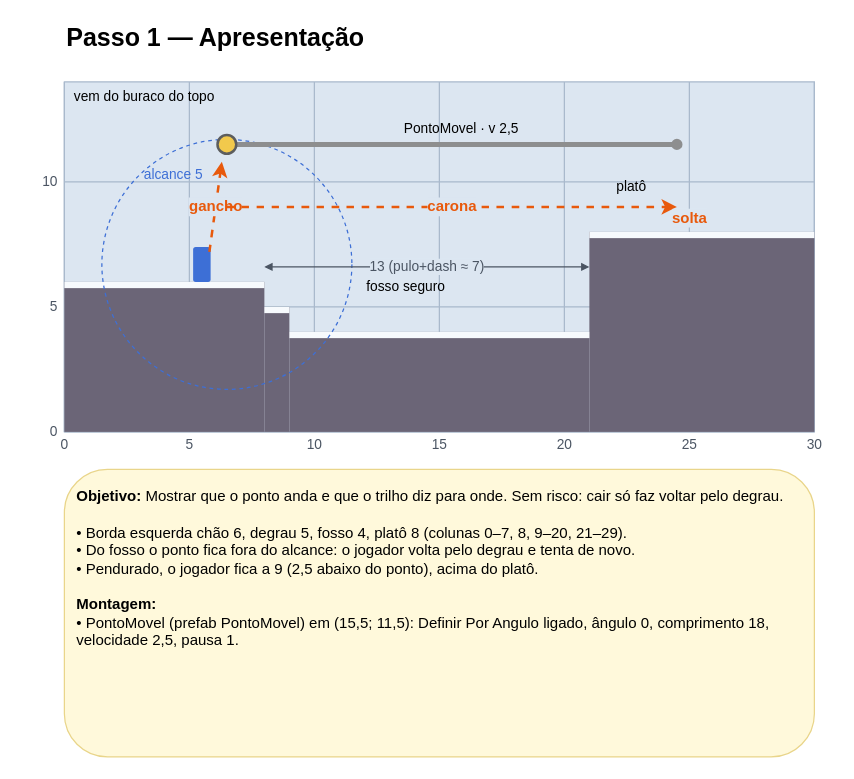
Vertigo-Game/prototipo keeps this draw.io diagram as page "Passo 1 — Apresentação" (2 of 20) of Design/level_design_ponto_movel.drawio. Above is the earlier version. Source tidied: cells renumbered, new cells numbered last; positions are measured from the earlier drawing's top-left corner, leaving out a move shared by most shapes. Both pictures are drawn from the tidied source at 125%, with x=0, y=0 at pixel (21, 21).
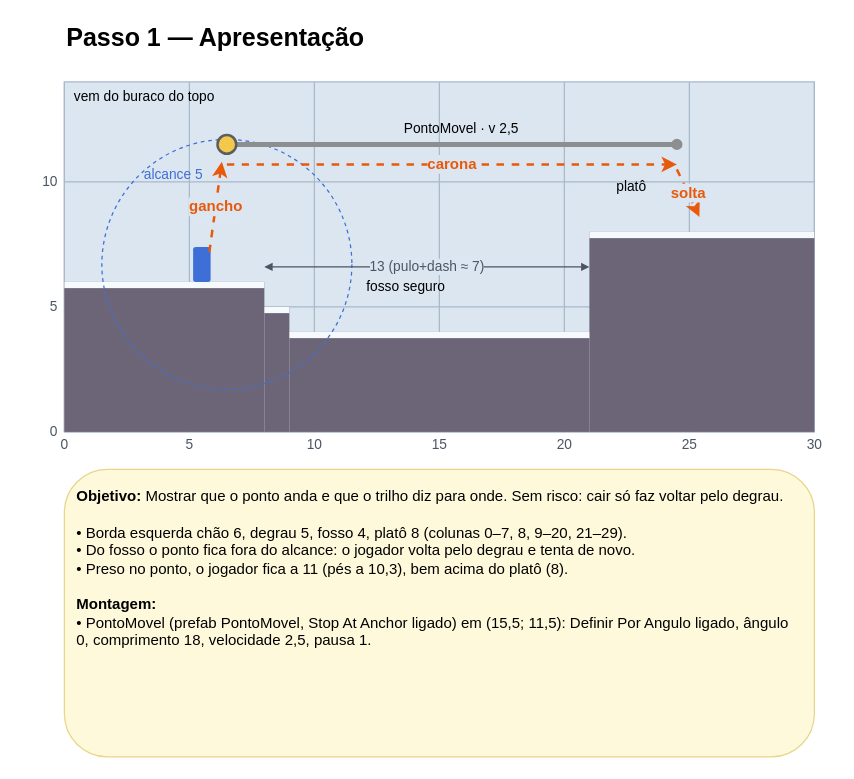
After the change.

Commit message (it also covers changes not shown here):
Adiciona o bloco 3 (vento) e ajusta os trechos ao ponto que segura nos desenhos de level design

The edit, as a diff of the source:
```diff
@@
     <mxCell id="39" value="carona" style="endArrow=classic;html=1;curved=1;dashed=1;strokeColor=#E8590C;strokeWidth=2;fontSize=12;fontStyle=1;fontColor=#E8590C;labelBackgroundColor=#DCE6F1;" parent="1" edge="1">
       <mxGeometry relative="1" as="geometry">
-        <mxPoint x="164" y="148" as="sourcePoint" />
-        <mxPoint x="524" y="148" as="targetPoint" />
+        <mxPoint x="164" y="114" as="sourcePoint" />
+        <mxPoint x="524" y="114" as="targetPoint" />
       </mxGeometry>
     </mxCell>
     <mxCell id="40" value="solta" style="endArrow=classic;html=1;curved=1;dashed=1;strokeColor=#E8590C;strokeWidth=2;fontSize=12;fontStyle=1;fontColor=#E8590C;labelBackgroundColor=#DCE6F1;" parent="1" edge="1">
       <mxGeometry relative="1" as="geometry">
-        <mxPoint x="524" y="152" as="sourcePoint" />
-        <mxPoint x="544" y="162" as="targetPoint" />
+        <mxPoint x="524" y="118" as="sourcePoint" />
+        <mxPoint x="542" y="156" as="targetPoint" />
       </mxGeometry>
     </mxCell>
@@
-    <mxCell id="45" value="&lt;b&gt;Objetivo:&lt;/b&gt; Mostrar que o ponto anda e que o trilho diz para onde. Sem risco: cair só faz voltar pelo degrau.&lt;br&gt;&lt;br&gt;• Borda esquerda chão 6, degrau 5, fosso 4, platô 8 (colunas 0–7, 8, 9–20, 21–29).&lt;br&gt;• Do fosso o ponto fica fora do alcance: o jogador volta pelo degrau e tenta de novo.&lt;br&gt;• Pendurado, o jogador fica a 9 (2,5 abaixo do ponto), acima do platô.&lt;br&gt;&lt;br&gt;&lt;b&gt;Montagem:&lt;/b&gt;&lt;br&gt;• PontoMovel (prefab PontoMovel) em (15,5; 11,5): Definir Por Angulo ligado, ângulo 0, comprimento 18, velocidade 2,5, pausa 1." style="rounded=1;whiteSpace=wrap;html=1;align=left;verticalAlign=top;spacing=10;fontSize=12;fillColor=#FFF9DB;strokeColor=#E9D58A;" parent="1" vertex="1">
+    <mxCell id="45" value="&lt;b&gt;Objetivo:&lt;/b&gt; Mostrar que o ponto anda e que o trilho diz para onde. Sem risco: cair só faz voltar pelo degrau.&lt;br&gt;&lt;br&gt;• Borda esquerda chão 6, degrau 5, fosso 4, platô 8 (colunas 0–7, 8, 9–20, 21–29).&lt;br&gt;• Do fosso o ponto fica fora do alcance: o jogador volta pelo degrau e tenta de novo.&lt;br&gt;• Preso no ponto, o jogador fica a 11 (pés a 10,3), bem acima do platô (8).&lt;br&gt;&lt;br&gt;&lt;b&gt;Montagem:&lt;/b&gt;&lt;br&gt;• PontoMovel (prefab PontoMovel, Stop At Anchor ligado) em (15,5; 11,5): Definir Por Angulo ligado, ângulo 0, comprimento 18, velocidade 2,5, pausa 1." style="rounded=1;whiteSpace=wrap;html=1;align=left;verticalAlign=top;spacing=10;fontSize=12;fillColor=#FFF9DB;strokeColor=#E9D58A;" parent="1" vertex="1">
       <mxGeometry x="34" y="358" width="600" height="230" as="geometry" />
     </mxCell>
```
